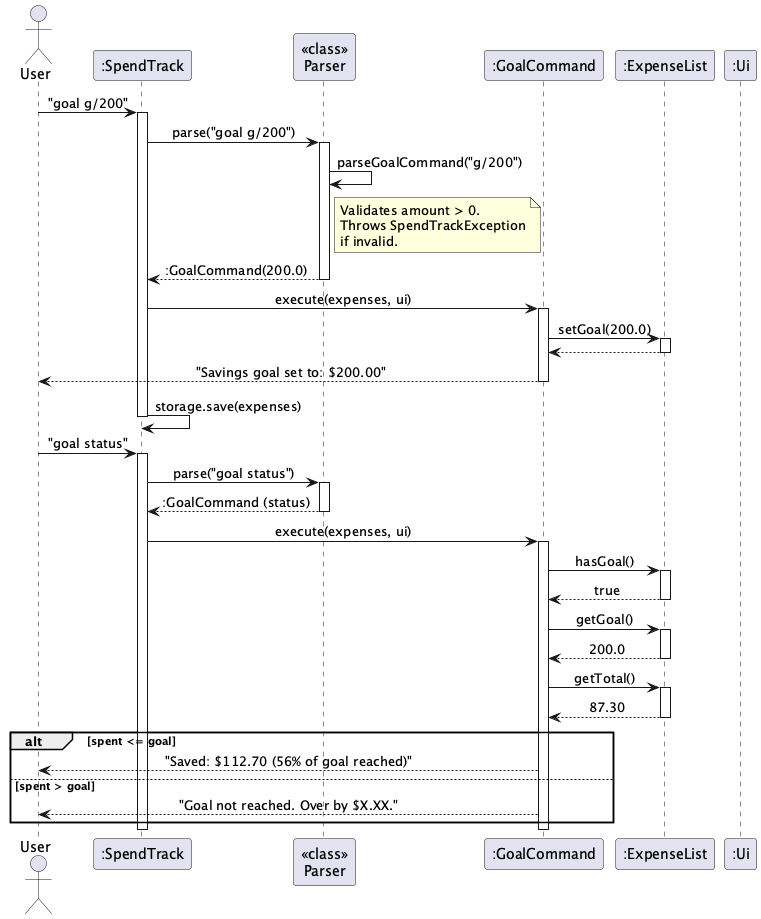
The PlantUML diagram docs/images/GoalCommandSequence.png in AbhijitBalajee/tp, before a commit.
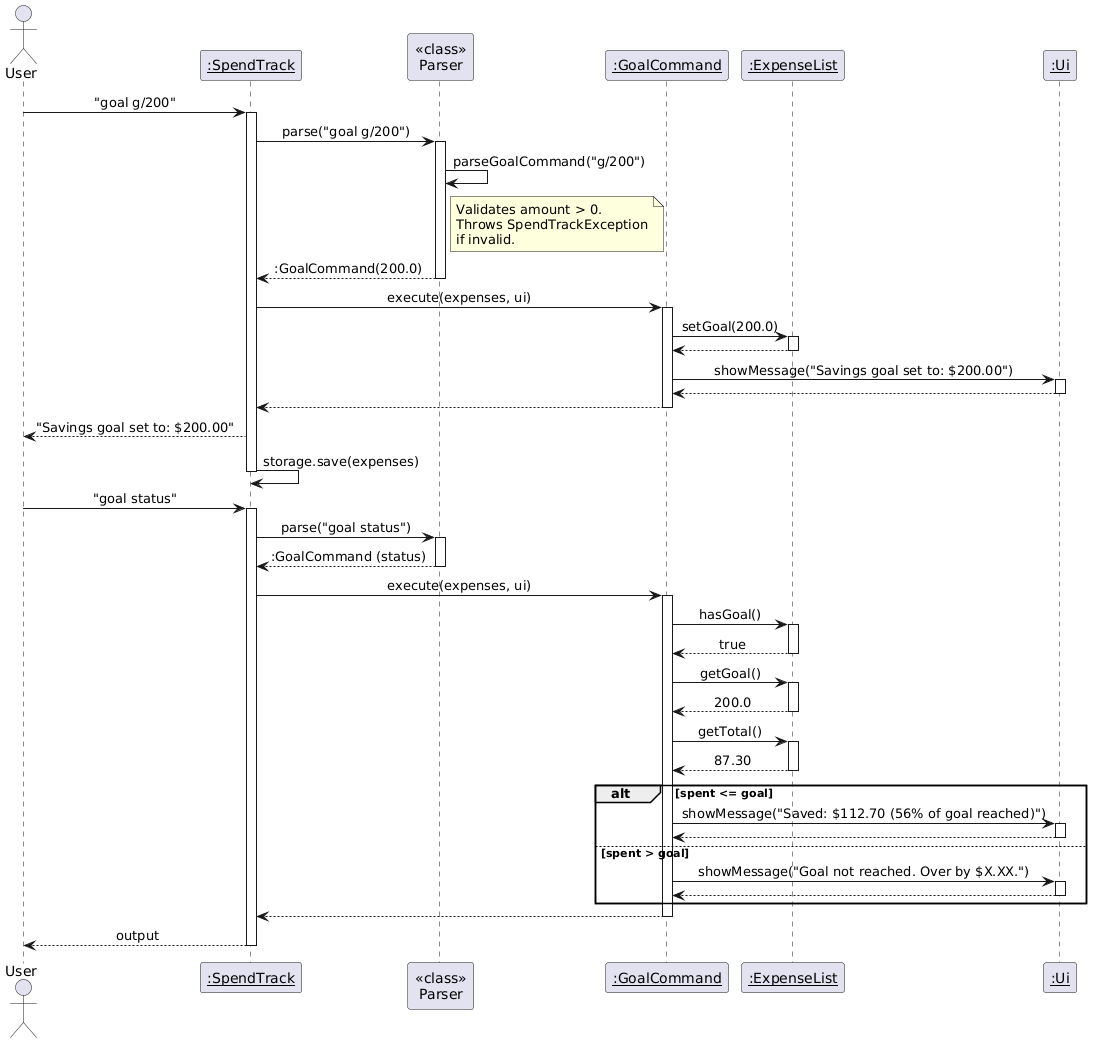
After the commit.

What changed in the source:
```diff
@@ -4,11 +4,11 @@
 skinparam sequenceMessageAlign center
 
 actor User
-participant ":SpendTrack" as ST
+participant "<u>:SpendTrack</u>" as ST
 participant "<<class>>\nParser" as P
-participant ":GoalCommand" as GC
-participant ":ExpenseList" as EL
-participant ":Ui" as UI
+participant "<u>:GoalCommand</u>" as GC
+participant "<u>:ExpenseList</u>" as EL
+participant "<u>:Ui</u>" as UI
 
 User -> ST : "goal g/200"
 activate ST
@@ -30,9 +30,14 @@
 activate EL
 EL --> GC
 deactivate EL
-GC --> User : "Savings goal set to: $200.00"
+GC -> UI : showMessage("Savings goal set to: $200.00")
+activate UI
+UI --> GC
+deactivate UI
+GC --> ST
 deactivate GC
 
+ST --> User : "Savings goal set to: $200.00"
 ST -> ST : storage.save(expenses)
 deactivate ST
 
@@ -63,11 +68,19 @@
 deactivate EL
 
 alt spent <= goal
-    GC --> User : "Saved: $112.70 (56% of goal reached)"
+    GC -> UI : showMessage("Saved: $112.70 (56% of goal reached)")
+    activate UI
+    UI --> GC
+    deactivate UI
 else spent > goal
-    GC --> User : "Goal not reached. Over by $X.XX."
+    GC -> UI : showMessage("Goal not reached. Over by $X.XX.")
+    activate UI
+    UI --> GC
+    deactivate UI
 end
 
+GC --> ST
 deactivate GC
+ST --> User : output
 deactivate ST
 @enduml
```
